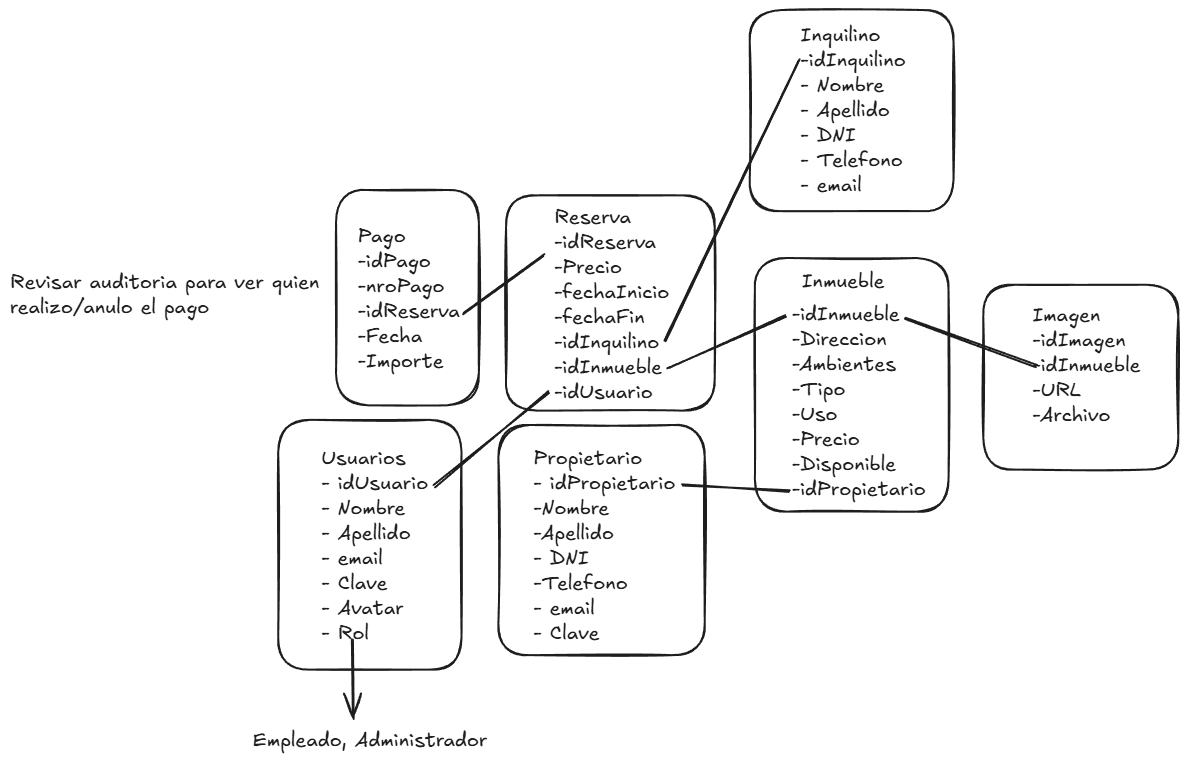
The Excalidraw diagram .excalidraw.png in RafaCod0011/Cuello-Inmobiliaria-LAB2, before a commit. Source tidied: one line per element, renumbered; positions are measured from the earlier drawing's top-left corner, leaving out a move shared by most shapes. Source of this version:
```json
{"id": 0, "type": "rectangle", "strokeColor": "#1e1e1e", "strokeWidth": 2, "roughness": 1, "round": true, "x": 268, "y": 410, "width": 183, "height": 250}
{"id": 1, "type": "text", "text": "Usuarios\n- idUsuario\n- Nombre\n- Apellido\n- email\n- Clave\n- Avatar\n- Rol", "strokeColor": "#1e1e1e", "strokeWidth": 2, "roughness": 1, "fontSize": 20, "fontFamily": 5, "x": 312, "y": 436, "width": 107, "height": 200}
{"id": 2, "type": "rectangle", "strokeColor": "#1e1e1e", "strokeWidth": 2, "roughness": 1, "round": true, "x": 488, "y": 415, "width": 206, "height": 230}
{"id": 3, "type": "text", "text": "Propietario\n- idPropietario\n-Nombre\n-Apellido\n- DNI\n-Telefono\n- email\n- Clave\n", "strokeColor": "#1e1e1e", "strokeWidth": 2, "roughness": 1, "fontSize": 20, "fontFamily": 5, "x": 524, "y": 436, "width": 142, "height": 225}
{"id": 4, "type": "rectangle", "strokeColor": "#1e1e1e", "strokeWidth": 2, "roughness": 1, "round": true, "x": 740, "y": 0, "width": 204, "height": 201}
{"id": 5, "type": "text", "text": "Inquilino\n-idInquilino\n- Nombre\n- Apellido\n- DNI\n- Telefono\n- email", "strokeColor": "#1e1e1e", "strokeWidth": 2, "roughness": 1, "fontSize": 20, "fontFamily": 5, "x": 791, "y": 14, "width": 105, "height": 175}
{"id": 6, "type": "rectangle", "strokeColor": "#1e1e1e", "strokeWidth": 2, "roughness": 1, "round": true, "x": 745, "y": 248, "width": 194, "height": 254}
{"id": 7, "type": "text", "text": "Inmueble", "strokeColor": "#1e1e1e", "strokeWidth": 2, "roughness": 1, "fontSize": 20, "fontFamily": 5, "x": 792, "y": 259, "width": 83, "height": 25}
{"id": 8, "type": "rectangle", "strokeColor": "#1e1e1e", "strokeWidth": 2, "roughness": 1, "round": true, "x": 496, "y": 185, "width": 209, "height": 215}
{"id": 9, "type": "text", "text": "Reserva\n-idReserva\n-Precio\n-fechaInicio\n-fechaFin\n-idInquilino\n-idInmueble\n-idUsuario", "strokeColor": "#1e1e1e", "strokeWidth": 2, "roughness": 1, "fontSize": 20, "fontFamily": 5, "x": 544, "y": 195, "width": 115, "height": 200}
{"id": 10, "type": "rectangle", "strokeColor": "#1e1e1e", "strokeWidth": 2, "roughness": 1, "round": true, "x": 326, "y": 180, "width": 143, "height": 215}
{"id": 11, "type": "text", "text": "Pago\n-idPago\n-nroPago\n-idReserva\n-Fecha\n-Importe", "strokeColor": "#1e1e1e", "strokeWidth": 2, "roughness": 1, "fontSize": 20, "fontFamily": 5, "x": 348, "y": 215, "width": 102, "height": 150}
{"id": 12, "type": "text", "text": "-idInmueble\n-Direccion\n-Ambientes\n-Tipo\n-Uso\n-Precio\n-Disponible\n-idPropietario", "strokeColor": "#1e1e1e", "strokeWidth": 2, "roughness": 1, "fontSize": 20, "fontFamily": 5, "x": 782, "y": 293, "width": 134, "height": 200}
{"id": 13, "type": "rectangle", "strokeColor": "#1e1e1e", "strokeWidth": 2, "roughness": 1, "round": true, "x": 973, "y": 275, "width": 195, "height": 185}
{"id": 14, "type": "text", "text": "Imagen\n-idImagen\n-idInmueble\n-URL\n-Archivo\n", "strokeColor": "#1e1e1e", "strokeWidth": 2, "roughness": 1, "fontSize": 20, "fontFamily": 5, "x": 1022, "y": 293, "width": 108, "height": 150}
{"id": 15, "type": "line", "strokeColor": "#1e1e1e", "strokeWidth": 2, "roughness": 1, "round": true, "x": 672, "y": 476, "width": 107, "height": 4, "points": [[0, 0], [107, 4]]}
{"id": 16, "type": "line", "strokeColor": "#1e1e1e", "strokeWidth": 2, "roughness": 1, "round": true, "x": 658, "y": 357, "width": 118, "height": 51, "points": [[0, 0], [118, -51]]}
{"id": 17, "type": "line", "strokeColor": "#1e1e1e", "strokeWidth": 2, "roughness": 1, "round": true, "x": 655, "y": 330, "width": 135, "height": 281, "points": [[0, 0], [135, -281]]}
{"id": 18, "type": "line", "strokeColor": "#1e1e1e", "strokeWidth": 2, "roughness": 1, "round": true, "x": 534, "y": 245, "width": 81, "height": 57, "points": [[0, 0], [-81, 57]]}
{"id": 19, "type": "line", "strokeColor": "#1e1e1e", "strokeWidth": 2, "roughness": 1, "round": true, "x": 1026, "y": 356, "width": 131, "height": 47, "points": [[0, 0], [-131, -47]]}
{"id": 20, "type": "line", "strokeColor": "#1e1e1e", "strokeWidth": 2, "roughness": 1, "round": true, "x": 425, "y": 476, "width": 114, "height": 93, "points": [[0, 0], [114, -93]]}
{"id": 21, "type": "text", "text": "Revisar auditoria para ver quien\nrealizo/anulo el pago", "strokeColor": "#1e1e1e", "strokeWidth": 2, "roughness": 1, "fontSize": 20, "fontFamily": 5, "x": 0, "y": 260, "width": 310, "height": 50}
{"id": 22, "type": "text", "text": "Empleado, Administrador", "strokeColor": "#1e1e1e", "strokeWidth": 2, "roughness": 1, "fontSize": 20, "fontFamily": 5, "x": 243, "y": 719, "width": 235, "height": 25}
{"id": 23, "type": "arrow", "strokeColor": "#1e1e1e", "strokeWidth": 2, "roughness": 1, "endArrowhead": "arrow", "round": true, "from": 1, "x": 342, "y": 629, "width": 1, "height": 79, "points": [[0, 0], [1, 79]]}
```
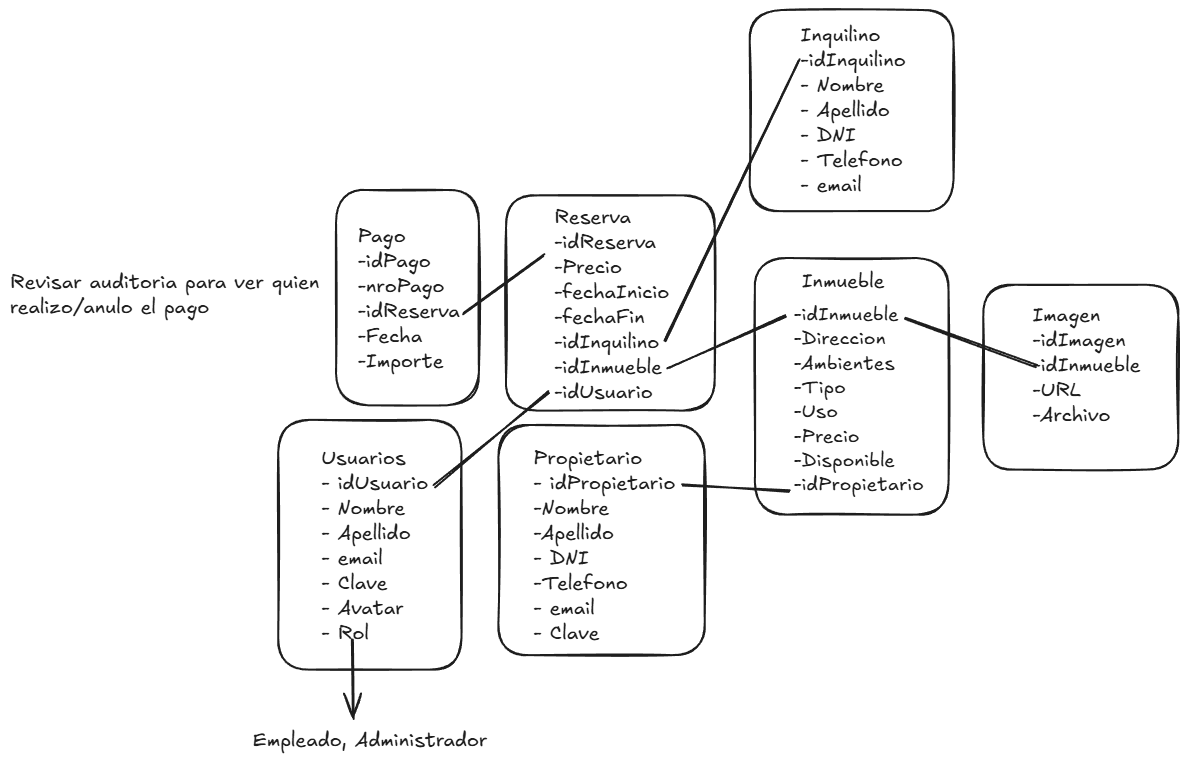
The same diagram one commit later.

The edit, as a diff of the source:
```diff
@@ -4,13 +4,13 @@
 {"id": 3, "type": "text", "text": "Propietario\n- idPropietario\n-Nombre\n-Apellido\n- DNI\n-Telefono\n- email\n- Clave\n", "strokeColor": "#1e1e1e", "strokeWidth": 2, "roughness": 1, "fontSize": 20, "fontFamily": 5, "x": 524, "y": 436, "width": 142, "height": 225}
 {"id": 4, "type": "rectangle", "strokeColor": "#1e1e1e", "strokeWidth": 2, "roughness": 1, "round": true, "x": 740, "y": 0, "width": 204, "height": 201}
 {"id": 5, "type": "text", "text": "Inquilino\n-idInquilino\n- Nombre\n- Apellido\n- DNI\n- Telefono\n- email", "strokeColor": "#1e1e1e", "strokeWidth": 2, "roughness": 1, "fontSize": 20, "fontFamily": 5, "x": 791, "y": 14, "width": 105, "height": 175}
-{"id": 6, "type": "rectangle", "strokeColor": "#1e1e1e", "strokeWidth": 2, "roughness": 1, "round": true, "x": 745, "y": 248, "width": 194, "height": 254}
+{"id": 6, "type": "rectangle", "strokeColor": "#1e1e1e", "strokeWidth": 2, "roughness": 1, "round": true, "x": 745, "y": 248, "width": 194, "height": 257}
 {"id": 7, "type": "text", "text": "Inmueble", "strokeColor": "#1e1e1e", "strokeWidth": 2, "roughness": 1, "fontSize": 20, "fontFamily": 5, "x": 792, "y": 259, "width": 83, "height": 25}
 {"id": 8, "type": "rectangle", "strokeColor": "#1e1e1e", "strokeWidth": 2, "roughness": 1, "round": true, "x": 496, "y": 185, "width": 209, "height": 215}
 {"id": 9, "type": "text", "text": "Reserva\n-idReserva\n-Precio\n-fechaInicio\n-fechaFin\n-idInquilino\n-idInmueble\n-idUsuario", "strokeColor": "#1e1e1e", "strokeWidth": 2, "roughness": 1, "fontSize": 20, "fontFamily": 5, "x": 544, "y": 195, "width": 115, "height": 200}
 {"id": 10, "type": "rectangle", "strokeColor": "#1e1e1e", "strokeWidth": 2, "roughness": 1, "round": true, "x": 326, "y": 180, "width": 143, "height": 215}
 {"id": 11, "type": "text", "text": "Pago\n-idPago\n-nroPago\n-idReserva\n-Fecha\n-Importe", "strokeColor": "#1e1e1e", "strokeWidth": 2, "roughness": 1, "fontSize": 20, "fontFamily": 5, "x": 348, "y": 215, "width": 102, "height": 150}
-{"id": 12, "type": "text", "text": "-idInmueble\n-Direccion\n-Ambientes\n-Tipo\n-Uso\n-Precio\n-Disponible\n-idPropietario", "strokeColor": "#1e1e1e", "strokeWidth": 2, "roughness": 1, "fontSize": 20, "fontFamily": 5, "x": 782, "y": 293, "width": 134, "height": 200}
+{"id": 12, "type": "text", "text": "-idInmueble\n-Direccion\n-Ambientes\n-Tipo\n-Uso\n-Precio\n-Disponible\n-idPropietario", "strokeColor": "#1e1e1e", "strokeWidth": 2, "roughness": 1, "fontSize": 19.48, "fontFamily": 5, "x": 784, "y": 293, "width": 130, "height": 195}
 {"id": 13, "type": "rectangle", "strokeColor": "#1e1e1e", "strokeWidth": 2, "roughness": 1, "round": true, "x": 973, "y": 275, "width": 195, "height": 185}
 {"id": 14, "type": "text", "text": "Imagen\n-idImagen\n-idInmueble\n-URL\n-Archivo\n", "strokeColor": "#1e1e1e", "strokeWidth": 2, "roughness": 1, "fontSize": 20, "fontFamily": 5, "x": 1022, "y": 293, "width": 108, "height": 150}
 {"id": 15, "type": "line", "strokeColor": "#1e1e1e", "strokeWidth": 2, "roughness": 1, "round": true, "x": 672, "y": 476, "width": 107, "height": 4, "points": [[0, 0], [107, 4]]}
```
